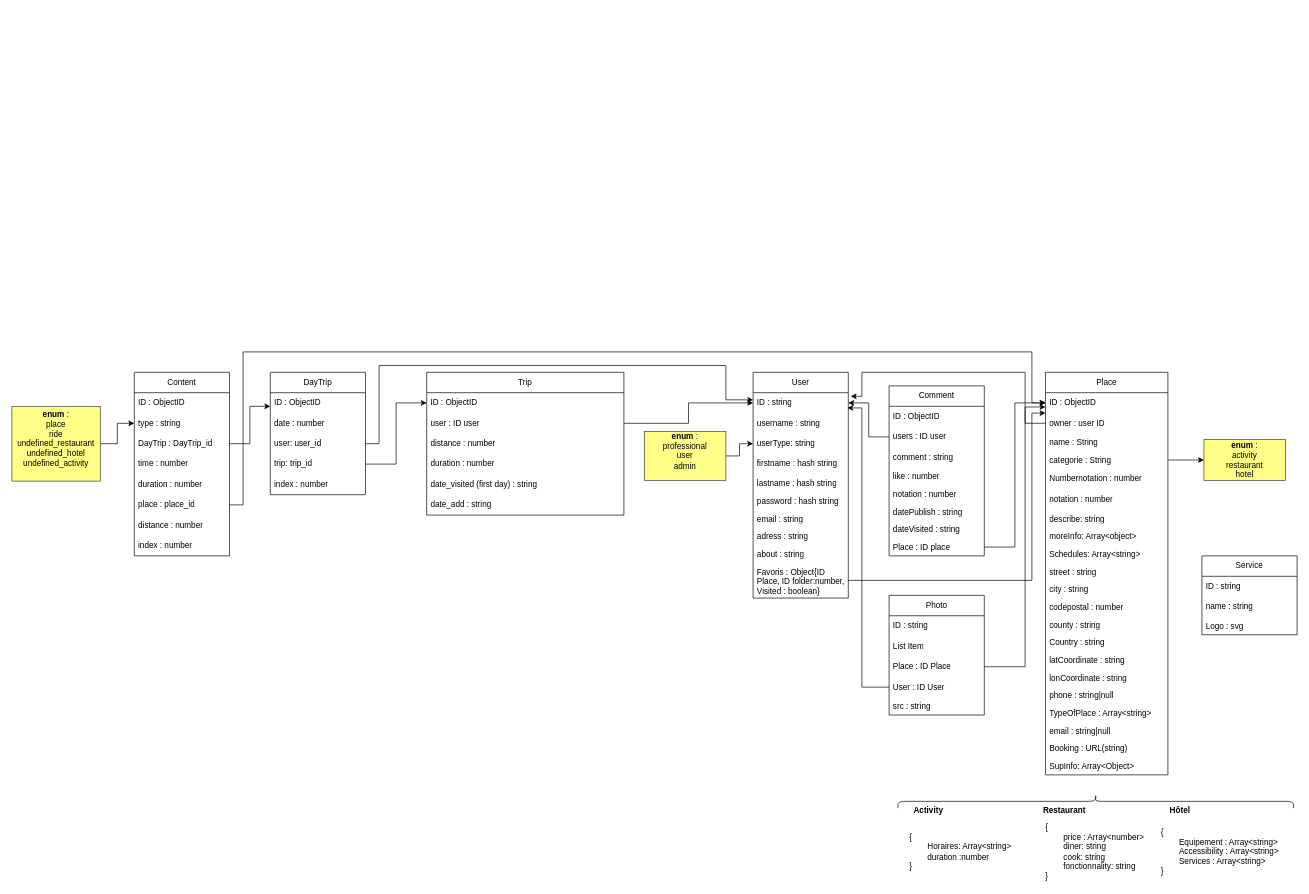
Earlier version of the draw.io diagram Schemas/structureBDD.drawio (Aurelien0192/FrenchTravel_FrontEnd). Source tidied: cells renumbered, new cells numbered last; positions are measured from the earlier drawing's top-left corner, leaving out a move shared by most shapes. Both pictures are drawn from the tidied source at 68%, with x=0, y=0 at pixel (12, 352).
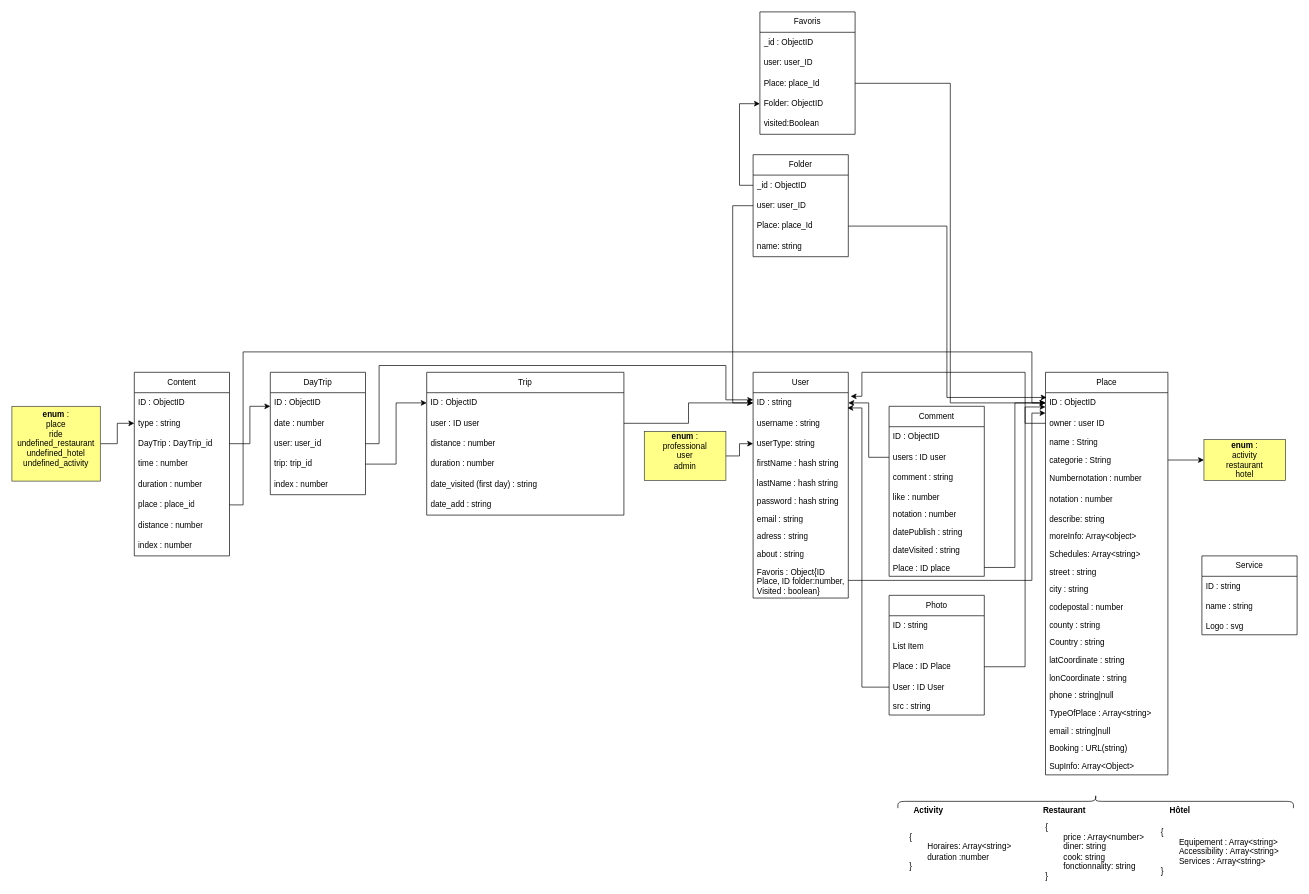
After the change.

Unchanged cells that the change refers to:
```xml
<mxCell id="2" value="User" style="swimlane;fontStyle=0;horizontal=1;startSize=30;whiteSpace=wrap;html=1;" parent="1" vertex="1">
  <mxGeometry x="1090" y="30" width="140" height="332" as="geometry" />
</mxCell>
<mxCell id="3" value="ID : string" style="text;strokeColor=none;fillColor=none;align=left;verticalAlign=middle;spacingLeft=4;spacingRight=4;overflow=hidden;points=[[0,0.5],[1,0.5]];portConstraint=eastwest;whiteSpace=wrap;html=1;" parent="2" vertex="1">
  <mxGeometry y="30" width="140" height="30" as="geometry" />
</mxCell>
<mxCell id="15" value="ID : ObjectID" style="text;strokeColor=none;fillColor=none;align=left;verticalAlign=middle;spacingLeft=4;spacingRight=4;overflow=hidden;points=[[0,0.5],[1,0.5]];portConstraint=eastwest;whiteSpace=wrap;html=1;" parent="14" vertex="1">
  <mxGeometry y="30" width="180" height="30" as="geometry" />
</mxCell>
```

What changed in the source:
```diff
@@
-    <mxCell id="6" value="firstname : hash string" style="text;strokeColor=none;fillColor=none;align=left;verticalAlign=middle;spacingLeft=4;spacingRight=4;overflow=hidden;whiteSpace=wrap;html=1;" parent="2" vertex="1">
+    <mxCell id="6" value="firstName : hash string" style="text;strokeColor=none;fillColor=none;align=left;verticalAlign=middle;spacingLeft=4;spacingRight=4;overflow=hidden;whiteSpace=wrap;html=1;" parent="2" vertex="1">
       <mxGeometry y="120" width="140" height="30" as="geometry" />
     </mxCell>
-    <mxCell id="7" value="lastname : hash string" style="text;strokeColor=none;fillColor=none;align=left;verticalAlign=top;spacingLeft=4;spacingRight=4;overflow=hidden;whiteSpace=wrap;html=1;" parent="2" vertex="1">
+    <mxCell id="7" value="lastName : hash string" style="text;strokeColor=none;fillColor=none;align=left;verticalAlign=top;spacingLeft=4;spacingRight=4;overflow=hidden;whiteSpace=wrap;html=1;" parent="2" vertex="1">
       <mxGeometry y="150" width="140" height="26" as="geometry" />
     </mxCell>
@@
     <mxCell id="66" value="Comment" style="swimlane;fontStyle=0;horizontal=1;startSize=30;whiteSpace=wrap;html=1;" parent="1" vertex="1">
-      <mxGeometry x="1290" y="50" width="140" height="250" as="geometry" />
+      <mxGeometry x="1290" y="80" width="140" height="250" as="geometry" />
     </mxCell>
@@
+    <mxCell id="100" value="Favoris" style="swimlane;fontStyle=0;horizontal=1;startSize=30;whiteSpace=wrap;html=1;" parent="1" vertex="1">
+      <mxGeometry x="1100" y="-500" width="140" height="180" as="geometry" />
+    </mxCell>
+    <mxCell id="101" value="_id : ObjectID" style="text;strokeColor=none;fillColor=none;align=left;verticalAlign=middle;spacingLeft=4;spacingRight=4;overflow=hidden;whiteSpace=wrap;html=1;" parent="100" vertex="1">
+      <mxGeometry y="30" width="140" height="30" as="geometry" />
+    </mxCell>
+    <mxCell id="102" value="user: user_ID" style="text;strokeColor=none;fillColor=none;align=left;verticalAlign=middle;spacingLeft=4;spacingRight=4;overflow=hidden;whiteSpace=wrap;html=1;" parent="100" vertex="1">
+      <mxGeometry y="60" width="140" height="30" as="geometry" />
+    </mxCell>
+    <mxCell id="103" value="Place: place_Id" style="text;strokeColor=none;fillColor=none;align=left;verticalAlign=middle;spacingLeft=4;spacingRight=4;overflow=hidden;points=[[0,0.5],[1,0.5]];portConstraint=eastwest;whiteSpace=wrap;html=1;" parent="100" vertex="1">
+      <mxGeometry y="90" width="140" height="30" as="geometry" />
+    </mxCell>
+    <mxCell id="104" value="Folder: ObjectID" style="text;strokeColor=none;fillColor=none;align=left;verticalAlign=middle;spacingLeft=4;spacingRight=4;overflow=hidden;points=[[0,0.5],[1,0.5]];portConstraint=eastwest;whiteSpace=wrap;html=1;" parent="100" vertex="1">
+      <mxGeometry y="120" width="140" height="30" as="geometry" />
+    </mxCell>
+    <mxCell id="105" value="visited:Boolean" style="text;strokeColor=none;fillColor=none;align=left;verticalAlign=middle;spacingLeft=4;spacingRight=4;overflow=hidden;whiteSpace=wrap;html=1;" parent="100" vertex="1">
+      <mxGeometry y="150" width="140" height="30" as="geometry" />
+    </mxCell>
+    <mxCell id="106" value="Folder" style="swimlane;fontStyle=0;horizontal=1;startSize=30;whiteSpace=wrap;html=1;" parent="1" vertex="1">
+      <mxGeometry x="1090" y="-290" width="140" height="150" as="geometry" />
+    </mxCell>
+    <mxCell id="107" value="_id : ObjectID" style="text;strokeColor=none;fillColor=none;align=left;verticalAlign=middle;spacingLeft=4;spacingRight=4;overflow=hidden;points=[[0,0.5],[1,0.5]];portConstraint=eastwest;whiteSpace=wrap;html=1;" parent="106" vertex="1">
+      <mxGeometry y="30" width="140" height="30" as="geometry" />
+    </mxCell>
+    <mxCell id="108" value="user: user_ID" style="text;strokeColor=none;fillColor=none;align=left;verticalAlign=middle;spacingLeft=4;spacingRight=4;overflow=hidden;points=[[0,0.5],[1,0.5]];portConstraint=eastwest;whiteSpace=wrap;html=1;" parent="106" vertex="1">
+      <mxGeometry y="60" width="140" height="30" as="geometry" />
+    </mxCell>
+    <mxCell id="109" value="Place: place_Id" style="text;strokeColor=none;fillColor=none;align=left;verticalAlign=middle;spacingLeft=4;spacingRight=4;overflow=hidden;points=[[0,0.5],[1,0.5]];portConstraint=eastwest;whiteSpace=wrap;html=1;" parent="106" vertex="1">
+      <mxGeometry y="90" width="140" height="30" as="geometry" />
+    </mxCell>
+    <mxCell id="110" value="name: string" style="text;strokeColor=none;fillColor=none;align=left;verticalAlign=middle;spacingLeft=4;spacingRight=4;overflow=hidden;whiteSpace=wrap;html=1;" parent="106" vertex="1">
+      <mxGeometry y="120" width="140" height="30" as="geometry" />
+    </mxCell>
+    <mxCell id="111" style="edgeStyle=orthogonalEdgeStyle;rounded=0;jettySize=auto;html=1;" parent="1" edge="1" source="108" target="3">
+      <mxGeometry relative="1" as="geometry">
+        <Array as="points">
+          <mxPoint x="1060" y="-215" />
+          <mxPoint x="1060" y="75" />
+        </Array>
+      </mxGeometry>
+    </mxCell>
+    <mxCell id="112" style="edgeStyle=orthogonalEdgeStyle;rounded=0;jettySize=auto;html=1;entryX=0.009;entryY=0.233;entryDx=0;entryDy=0;entryPerimeter=0;" parent="1" edge="1" source="109" target="15">
+      <mxGeometry relative="1" as="geometry" />
+    </mxCell>
+    <mxCell id="113" style="edgeStyle=orthogonalEdgeStyle;rounded=0;jettySize=auto;html=1;entryX=0;entryY=0.5;entryDx=0;entryDy=0;" parent="1" edge="1" source="107" target="104">
+      <mxGeometry relative="1" as="geometry">
+        <Array as="points">
+          <mxPoint x="1070" y="-245" />
+          <mxPoint x="1070" y="-365" />
+        </Array>
+      </mxGeometry>
+    </mxCell>
+    <mxCell id="114" style="edgeStyle=orthogonalEdgeStyle;rounded=0;jettySize=auto;html=1;entryX=0;entryY=0.5;entryDx=0;entryDy=0;" parent="1" edge="1" source="103" target="15">
+      <mxGeometry relative="1" as="geometry" />
+    </mxCell>
```
